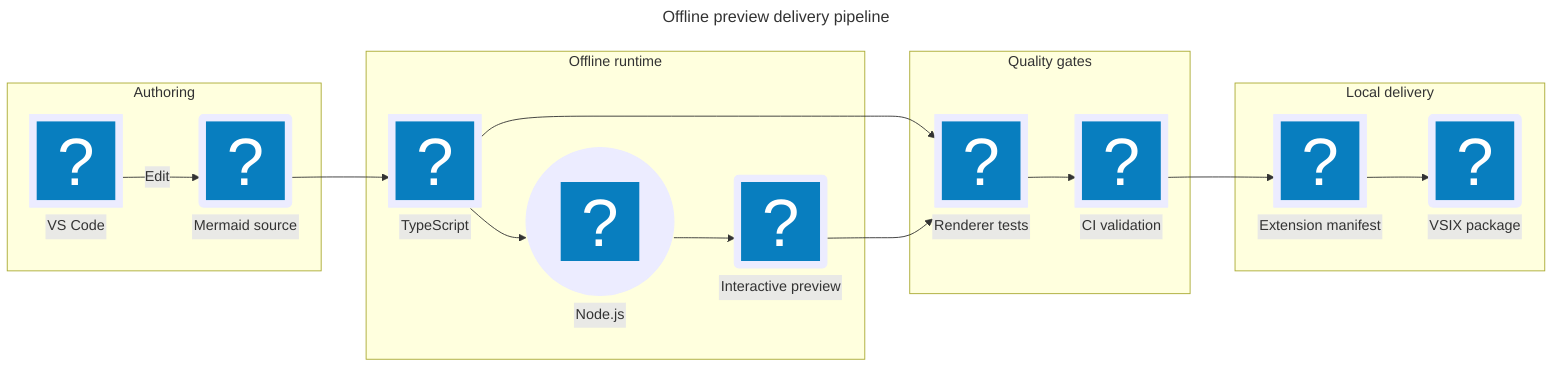
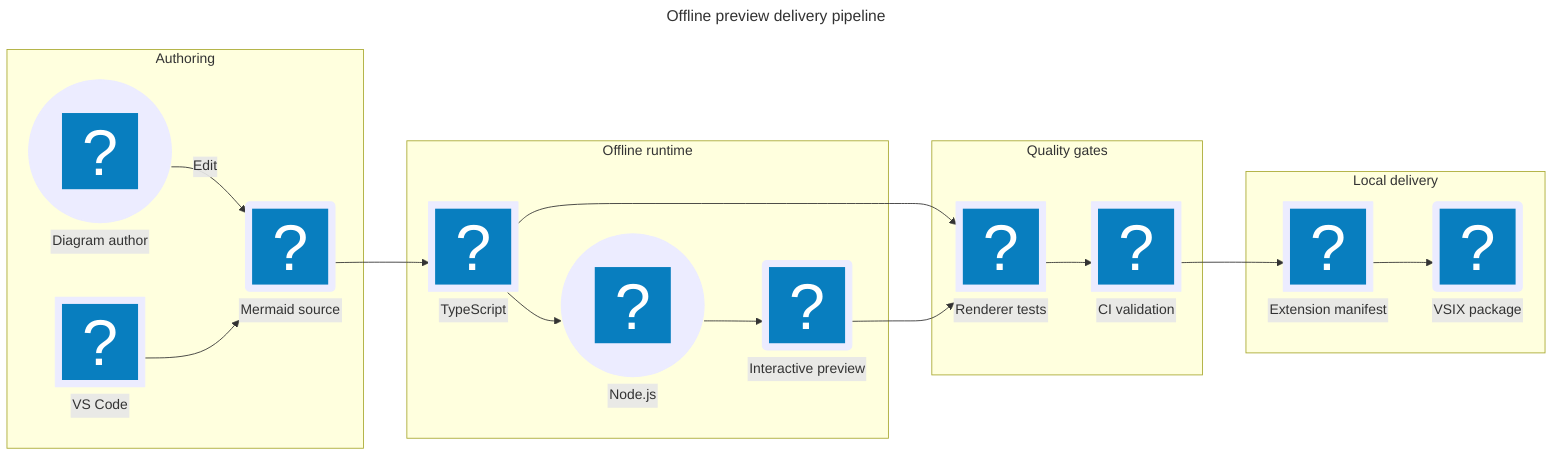
---
title: Offline preview delivery pipeline
---
flowchart LR
  accTitle: Offline preview delivery pipeline using bundled icon packs
  accDescr: Mermaid source moves from VS Code through a TypeScript and Node.js runtime, automated tests, continuous integration, and local packaging.

  subgraph authoring [Authoring]
    vscode@{ icon: "logos:visual-studio-code", form: "square", label: "VS Code", pos: "b", h: 88 }
    source@{ icon: "material-icon-theme:markdown", form: "rounded", label: "Mermaid source", pos: "b", h: 88 }
+     author@{ icon: "mdi:account-edit", form: "circle", label: "Diagram author", pos: "b", h: 88 }
  end

  subgraph runtime [Offline runtime]
    typescript@{ icon: "logos:typescript-icon", form: "square", label: "TypeScript", pos: "b", h: 88 }
    node@{ icon: "logos:nodejs-icon", form: "circle", label: "Node.js", pos: "b", h: 88 }
    renderer@{ icon: "logos:react", form: "rounded", label: "Interactive preview", pos: "b", h: 88 }
  end

  subgraph quality [Quality gates]
    tests@{ icon: "material-icon-theme:test-ts", form: "square", label: "Renderer tests", pos: "b", h: 88 }
    ci@{ icon: "logos:github-actions", form: "square", label: "CI validation", pos: "b", h: 88 }
  end

  subgraph delivery [Local delivery]
    manifest@{ icon: "material-icon-theme:json", form: "square", label: "Extension manifest", pos: "b", h: 88 }
    package@{ icon: "material-icon-theme:nodejs", form: "rounded", label: "VSIX package", pos: "b", h: 88 }
  end

-   vscode -->|"Edit"| source --> typescript --> node --> renderer
+   author -->|"Edit"| source
+   vscode --> source --> typescript --> node --> renderer
  typescript --> tests --> ci
  renderer --> tests
  ci --> manifest --> package
